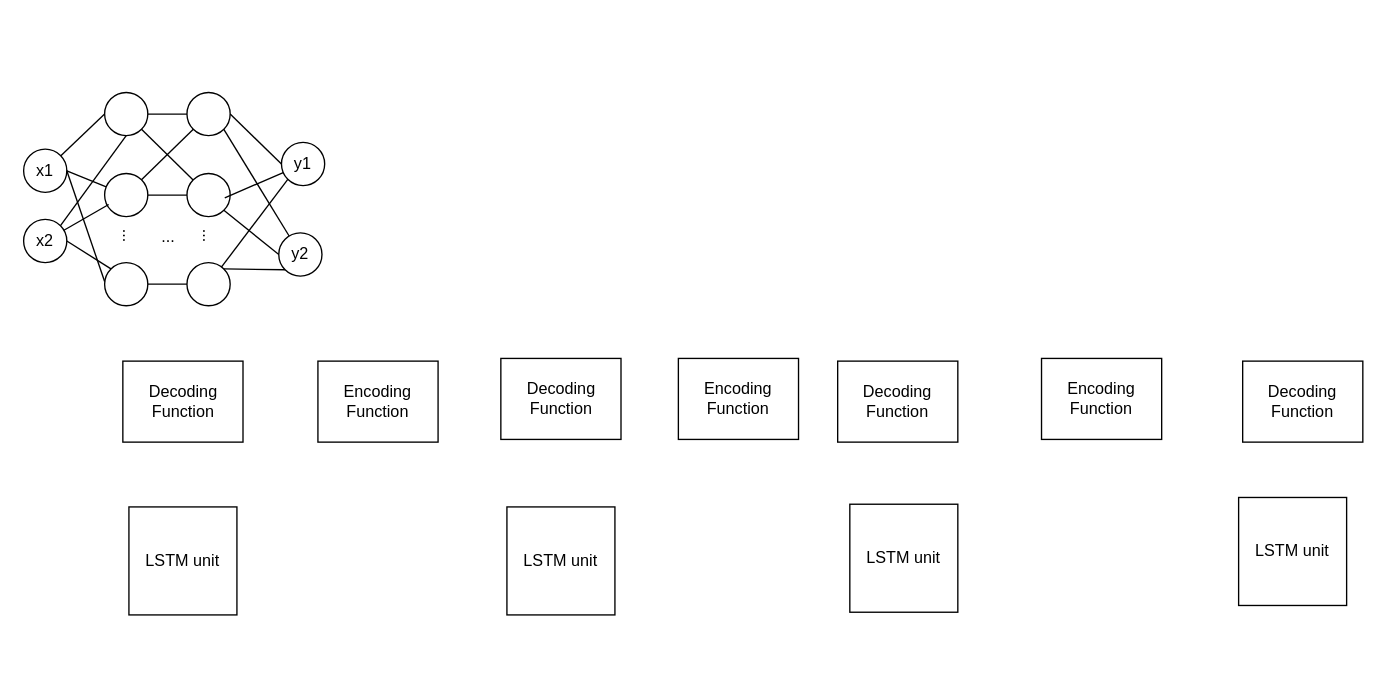
Before: 未命名绘图.drawio in lilang0710/ll, a draw.io diagram. Source tidied: cells renumbered, new cells numbered last; positions are measured from the earlier drawing's top-left corner, leaving out a move shared by most shapes. Both pictures are drawn from the tidied source at 135%, with x=0, y=0 at pixel (23, 92).
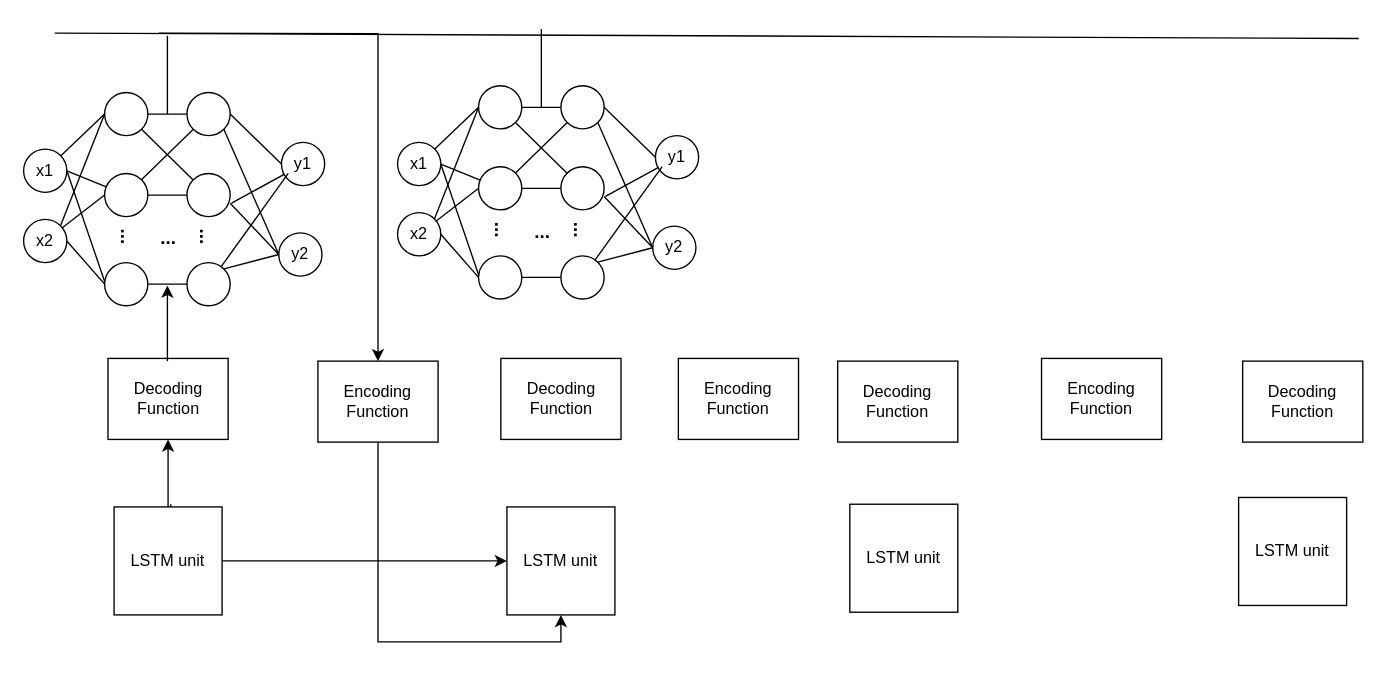
Above is the later version.

Commit message (it also covers changes not shown here):
更新未命名绘图.drawio

Unchanged cells that the change refers to:
```xml
<mxCell id="3" value="LSTM unit" style="whiteSpace=wrap;html=1;" parent="1" vertex="1">
  <mxGeometry x="358" y="307" width="80" height="80" as="geometry" />
</mxCell>
<mxCell id="10" value="Encoding Function" style="rounded=0;whiteSpace=wrap;html=1;" parent="1" vertex="1">
  <mxGeometry x="218" y="199" width="89" height="60" as="geometry" />
</mxCell>
<mxCell id="14" value="x2" style="ellipse;whiteSpace=wrap;html=1;" parent="1" vertex="1">
  <mxGeometry y="94" width="32" height="32" as="geometry" />
</mxCell>
<mxCell id="16" style="ellipse;whiteSpace=wrap;html=1;" parent="1" vertex="1">
  <mxGeometry x="60" width="32" height="32" as="geometry" />
</mxCell>
<mxCell id="17" style="ellipse;whiteSpace=wrap;html=1;" parent="1" vertex="1">
  <mxGeometry x="60" y="60" width="32" height="32" as="geometry" />
</mxCell>
<mxCell id="18" style="ellipse;whiteSpace=wrap;html=1;" parent="1" vertex="1">
  <mxGeometry x="60" y="126" width="32" height="32" as="geometry" />
</mxCell>
<mxCell id="19" style="ellipse;whiteSpace=wrap;html=1;" parent="1" vertex="1">
  <mxGeometry x="121" width="32" height="32" as="geometry" />
</mxCell>
<mxCell id="20" style="ellipse;whiteSpace=wrap;html=1;" parent="1" vertex="1">
  <mxGeometry x="121" y="60" width="32" height="32" as="geometry" />
</mxCell>
<mxCell id="21" style="ellipse;whiteSpace=wrap;html=1;" parent="1" vertex="1">
  <mxGeometry x="121" y="126" width="32" height="32" as="geometry" />
</mxCell>
<mxCell id="22" value="y1" style="ellipse;whiteSpace=wrap;html=1;" parent="1" vertex="1">
  <mxGeometry x="191" y="37" width="32" height="32" as="geometry" />
</mxCell>
<mxCell id="23" value="y2" style="ellipse;whiteSpace=wrap;html=1;" parent="1" vertex="1">
  <mxGeometry x="189" y="104" width="32" height="32" as="geometry" />
</mxCell>
```

Change to the diagram source:
```diff
@@
-    <mxCell id="2" value="LSTM unit" style="whiteSpace=wrap;html=1;" parent="1" vertex="1">
-      <mxGeometry x="78" y="307" width="80" height="80" as="geometry" />
-    </mxCell>
@@
     <mxCell id="6" value="Decoding Function" style="rounded=0;whiteSpace=wrap;html=1;" parent="1" vertex="1">
-      <mxGeometry x="73.5" y="199" width="89" height="60" as="geometry" />
+      <mxGeometry x="62.5" y="197" width="89" height="60" as="geometry" />
     </mxCell>
@@
+    <mxCell id="43" style="edgeStyle=orthogonalEdgeStyle;rounded=0;jettySize=auto;html=1;exitX=0.5;exitY=1;exitDx=0;exitDy=0;entryX=0.5;entryY=1;entryDx=0;entryDy=0;endArrow=classic;endFill=1;" parent="1" edge="1" source="10" target="3">
+      <mxGeometry relative="1" as="geometry" />
+    </mxCell>
@@
-    <mxCell id="26" style="rounded=0;jettySize=auto;html=1;exitX=0.5;exitY=1;exitDx=0;exitDy=0;endArrow=none;endFill=0;entryX=1;entryY=0;entryDx=0;entryDy=0;" parent="1" edge="1" source="16" target="14">
+    <mxCell id="26" style="rounded=0;jettySize=auto;html=1;exitX=0;exitY=0.5;exitDx=0;exitDy=0;endArrow=none;endFill=0;entryX=1;entryY=0;entryDx=0;entryDy=0;" parent="1" edge="1" source="16" target="14">
       <mxGeometry relative="1" as="geometry" />
     </mxCell>
-    <mxCell id="27" style="rounded=0;jettySize=auto;html=1;endArrow=none;endFill=0;" parent="1" edge="1" target="14">
-      <mxGeometry relative="1" as="geometry">
-        <mxPoint x="63" y="83" as="sourcePoint" />
-      </mxGeometry>
+    <mxCell id="27" style="rounded=0;jettySize=auto;html=1;endArrow=none;endFill=0;exitX=0;exitY=0.5;exitDx=0;exitDy=0;" parent="1" edge="1" source="17" target="14">
+      <mxGeometry relative="1" as="geometry" />
     </mxCell>
-    <mxCell id="28" style="rounded=0;jettySize=auto;html=1;exitX=0;exitY=0;exitDx=0;exitDy=0;endArrow=none;endFill=0;entryX=1;entryY=0.5;entryDx=0;entryDy=0;" parent="1" edge="1" source="18" target="14">
+    <mxCell id="28" style="rounded=0;jettySize=auto;html=1;exitX=0;exitY=0.5;exitDx=0;exitDy=0;endArrow=none;endFill=0;entryX=1;entryY=0.5;entryDx=0;entryDy=0;" parent="1" edge="1" source="18" target="14">
       <mxGeometry relative="1" as="geometry" />
     </mxCell>
@@
     <mxCell id="34" style="rounded=0;jettySize=auto;html=1;endArrow=none;endFill=0;" parent="1" edge="1" target="22">
       <mxGeometry relative="1" as="geometry">
-        <mxPoint x="149" y="78" as="sourcePoint" />
+        <mxPoint x="154" y="82" as="sourcePoint" />
       </mxGeometry>
     </mxCell>
@@
-    <mxCell id="36" style="rounded=0;jettySize=auto;html=1;exitX=0;exitY=1;exitDx=0;exitDy=0;endArrow=none;endFill=0;" parent="1" edge="1" source="22" target="21">
-      <mxGeometry relative="1" as="geometry" />
+    <mxCell id="36" style="rounded=0;jettySize=auto;html=1;endArrow=none;endFill=0;" parent="1" edge="1" target="21">
+      <mxGeometry relative="1" as="geometry">
+        <mxPoint x="196" y="60" as="sourcePoint" />
+      </mxGeometry>
     </mxCell>
-    <mxCell id="37" style="rounded=0;jettySize=auto;html=1;endArrow=none;endFill=0;entryX=1;entryY=1;entryDx=0;entryDy=0;" parent="1" edge="1" source="23" target="19">
+    <mxCell id="37" style="rounded=0;jettySize=auto;html=1;endArrow=none;endFill=0;entryX=1;entryY=1;entryDx=0;entryDy=0;exitX=0;exitY=0.5;exitDx=0;exitDy=0;" parent="1" edge="1" source="23" target="19">
       <mxGeometry relative="1" as="geometry" />
     </mxCell>
-    <mxCell id="38" style="rounded=0;jettySize=auto;html=1;exitX=0;exitY=0.5;exitDx=0;exitDy=0;endArrow=none;endFill=0;entryX=1;entryY=1;entryDx=0;entryDy=0;" parent="1" edge="1" source="23" target="20">
+    <mxCell id="38" style="rounded=0;jettySize=auto;html=1;exitX=0;exitY=0.5;exitDx=0;exitDy=0;endArrow=none;endFill=0;entryX=1;entryY=0.688;entryDx=0;entryDy=0;entryPerimeter=0;" parent="1" edge="1" source="23" target="20">
       <mxGeometry relative="1" as="geometry" />
     </mxCell>
-    <mxCell id="39" style="rounded=0;jettySize=auto;html=1;exitX=0;exitY=1;exitDx=0;exitDy=0;endArrow=none;endFill=0;entryX=1;entryY=0;entryDx=0;entryDy=0;" parent="1" edge="1" source="23" target="21">
+    <mxCell id="39" style="rounded=0;jettySize=auto;html=1;exitX=0;exitY=0.5;exitDx=0;exitDy=0;endArrow=none;endFill=0;entryX=1;entryY=0;entryDx=0;entryDy=0;" parent="1" edge="1" source="23" target="21">
       <mxGeometry relative="1" as="geometry" />
     </mxCell>
-    <mxCell id="40" value="..." style="text;html=1;align=center;verticalAlign=middle;strokeColor=none;fillColor=none;rotation=90;" parent="1" vertex="1">
-      <mxGeometry x="64" y="93" width="28" height="26" as="geometry" />
+    <mxCell id="40" value="&lt;b&gt;&lt;font style=&quot;font-size: 14px;&quot;&gt;...&lt;/font&gt;&lt;/b&gt;" style="text;html=1;align=center;verticalAlign=middle;strokeColor=none;fillColor=none;rotation=90;" parent="1" vertex="1">
+      <mxGeometry x="63" y="92" width="30" height="29" as="geometry" />
     </mxCell>
-    <mxCell id="41" value="..." style="text;html=1;align=center;verticalAlign=middle;strokeColor=none;fillColor=none;rotation=90;" parent="1" vertex="1">
-      <mxGeometry x="123" y="93" width="28" height="26" as="geometry" />
+    <mxCell id="41" value="&lt;font size=&quot;1&quot;&gt;&lt;b style=&quot;font-size: 14px;&quot;&gt;...&lt;/b&gt;&lt;/font&gt;" style="text;html=1;align=center;verticalAlign=middle;strokeColor=none;fillColor=none;rotation=90;" parent="1" vertex="1">
+      <mxGeometry x="122" y="92" width="30" height="29" as="geometry" />
     </mxCell>
-    <mxCell id="42" value="..." style="text;html=1;align=center;verticalAlign=middle;strokeColor=none;fillColor=none;" parent="1" vertex="1">
-      <mxGeometry x="93" y="94" width="28" height="26" as="geometry" />
+    <mxCell id="42" value="&lt;font size=&quot;1&quot;&gt;&lt;b style=&quot;font-size: 14px;&quot;&gt;...&lt;/b&gt;&lt;/font&gt;" style="text;html=1;align=center;verticalAlign=middle;strokeColor=none;fillColor=none;" parent="1" vertex="1">
+      <mxGeometry x="92" y="93" width="30" height="29" as="geometry" />
     </mxCell>
+    <mxCell id="44" style="rounded=0;orthogonalLoop=1;jettySize=auto;html=1;exitX=0.421;exitY=-0.017;exitDx=0;exitDy=0;endArrow=classic;endFill=1;exitPerimeter=0;" parent="1" edge="1">
+      <mxGeometry relative="1" as="geometry">
+        <mxPoint x="106.5" y="199" as="sourcePoint" />
+        <mxPoint x="106.5" y="143" as="targetPoint" />
+      </mxGeometry>
+    </mxCell>
+    <mxCell id="45" style="rounded=0;jettySize=auto;html=1;endArrow=classic;endFill=1;edgeStyle=orthogonalEdgeStyle;entryX=0.5;entryY=0;entryDx=0;entryDy=0;" parent="1" edge="1" target="10">
+      <mxGeometry relative="1" as="geometry">
+        <mxPoint x="100" y="-44" as="sourcePoint" />
+      </mxGeometry>
+    </mxCell>
+    <mxCell id="46" style="rounded=0;orthogonalLoop=1;jettySize=auto;html=1;endArrow=none;endFill=0;" parent="1" edge="1">
+      <mxGeometry relative="1" as="geometry">
+        <mxPoint x="106.5" y="16" as="sourcePoint" />
+        <mxPoint x="106.5" y="-42" as="targetPoint" />
+      </mxGeometry>
+    </mxCell>
+    <mxCell id="47" style="rounded=0;jettySize=auto;html=1;endArrow=classic;endFill=1;entryX=0.5;entryY=1;entryDx=0;entryDy=0;" parent="1" edge="1" source="2" target="6">
+      <mxGeometry relative="1" as="geometry" />
+    </mxCell>
+    <mxCell id="48" style="rounded=0;jettySize=auto;html=1;endArrow=none;endFill=0;exitX=0;exitY=0.5;exitDx=0;exitDy=0;entryX=1;entryY=0.5;entryDx=0;entryDy=0;startArrow=classic;startFill=1;" parent="1" edge="1" source="3" target="2">
+      <mxGeometry relative="1" as="geometry" />
+    </mxCell>
+    <mxCell id="49" style="rounded=0;orthogonalLoop=1;jettySize=auto;html=1;endArrow=none;endFill=0;" parent="1" edge="1">
+      <mxGeometry relative="1" as="geometry">
+        <mxPoint x="989" y="-40" as="sourcePoint" />
+        <mxPoint x="23" y="-44" as="targetPoint" />
+      </mxGeometry>
+    </mxCell>
+    <mxCell id="50" style="rounded=0;jettySize=auto;html=1;endArrow=none;endFill=0;entryX=0.5;entryY=1;entryDx=0;entryDy=0;" parent="1" edge="1" target="2">
+      <mxGeometry relative="1" as="geometry">
+        <mxPoint x="109" y="305" as="sourcePoint" />
+      </mxGeometry>
+    </mxCell>
+    <mxCell id="2" value="LSTM unit" style="whiteSpace=wrap;html=1;" parent="1" vertex="1">
+      <mxGeometry x="67" y="307" width="80" height="80" as="geometry" />
+    </mxCell>
+    <mxCell id="51" value="x1" style="ellipse;whiteSpace=wrap;html=1;" parent="1" vertex="1">
+      <mxGeometry x="277" y="37" width="32" height="32" as="geometry" />
+    </mxCell>
+    <mxCell id="52" value="x2" style="ellipse;whiteSpace=wrap;html=1;" parent="1" vertex="1">
+      <mxGeometry x="277" y="89" width="32" height="32" as="geometry" />
+    </mxCell>
+    <mxCell id="53" style="rounded=0;jettySize=auto;html=1;exitX=0;exitY=0.5;exitDx=0;exitDy=0;endArrow=none;endFill=0;" parent="1" edge="1" source="54" target="51">
+      <mxGeometry relative="1" as="geometry" />
+    </mxCell>
+    <mxCell id="54" style="ellipse;whiteSpace=wrap;html=1;" parent="1" vertex="1">
+      <mxGeometry x="337" y="-5" width="32" height="32" as="geometry" />
+    </mxCell>
+    <mxCell id="55" style="ellipse;whiteSpace=wrap;html=1;" parent="1" vertex="1">
+      <mxGeometry x="337" y="55" width="32" height="32" as="geometry" />
+    </mxCell>
+    <mxCell id="56" style="ellipse;whiteSpace=wrap;html=1;" parent="1" vertex="1">
+      <mxGeometry x="337" y="121" width="32" height="32" as="geometry" />
+    </mxCell>
+    <mxCell id="57" style="ellipse;whiteSpace=wrap;html=1;" parent="1" vertex="1">
+      <mxGeometry x="398" y="-5" width="32" height="32" as="geometry" />
+    </mxCell>
+    <mxCell id="58" style="ellipse;whiteSpace=wrap;html=1;" parent="1" vertex="1">
+      <mxGeometry x="398" y="55" width="32" height="32" as="geometry" />
+    </mxCell>
+    <mxCell id="59" style="ellipse;whiteSpace=wrap;html=1;" parent="1" vertex="1">
+      <mxGeometry x="398" y="121" width="32" height="32" as="geometry" />
+    </mxCell>
+    <mxCell id="60" value="y1" style="ellipse;whiteSpace=wrap;html=1;" parent="1" vertex="1">
+      <mxGeometry x="468" y="32" width="32" height="32" as="geometry" />
+    </mxCell>
+    <mxCell id="61" value="y2" style="ellipse;whiteSpace=wrap;html=1;" parent="1" vertex="1">
+      <mxGeometry x="466" y="99" width="32" height="32" as="geometry" />
+    </mxCell>
+    <mxCell id="62" style="rounded=0;jettySize=auto;html=1;endArrow=none;endFill=0;entryX=1;entryY=0.5;entryDx=0;entryDy=0;" parent="1" edge="1" source="55" target="51">
+      <mxGeometry relative="1" as="geometry" />
+    </mxCell>
+    <mxCell id="63" style="rounded=0;jettySize=auto;html=1;exitX=0;exitY=0.438;exitDx=0;exitDy=0;endArrow=none;endFill=0;entryX=1;entryY=0.5;entryDx=0;entryDy=0;exitPerimeter=0;" parent="1" edge="1" source="56" target="51">
+      <mxGeometry relative="1" as="geometry" />
+    </mxCell>
+    <mxCell id="64" style="rounded=0;jettySize=auto;html=1;exitX=0;exitY=0.5;exitDx=0;exitDy=0;endArrow=none;endFill=0;entryX=1;entryY=0;entryDx=0;entryDy=0;" parent="1" edge="1" source="54" target="52">
+      <mxGeometry relative="1" as="geometry" />
+    </mxCell>
+    <mxCell id="65" style="rounded=0;jettySize=auto;html=1;endArrow=none;endFill=0;exitX=0;exitY=0.5;exitDx=0;exitDy=0;" parent="1" edge="1" source="55" target="52">
+      <mxGeometry relative="1" as="geometry" />
+    </mxCell>
+    <mxCell id="66" style="rounded=0;jettySize=auto;html=1;exitX=0;exitY=0.5;exitDx=0;exitDy=0;endArrow=none;endFill=0;entryX=1;entryY=0.5;entryDx=0;entryDy=0;" parent="1" edge="1" source="56" target="52">
+      <mxGeometry relative="1" as="geometry" />
+    </mxCell>
+    <mxCell id="67" style="rounded=0;jettySize=auto;html=1;endArrow=none;endFill=0;" parent="1" edge="1" source="54" target="57">
+      <mxGeometry relative="1" as="geometry" />
+    </mxCell>
+    <mxCell id="68" style="rounded=0;jettySize=auto;html=1;exitX=1;exitY=1;exitDx=0;exitDy=0;endArrow=none;endFill=0;" parent="1" edge="1" source="54" target="58">
+      <mxGeometry relative="1" as="geometry" />
+    </mxCell>
+    <mxCell id="69" style="rounded=0;jettySize=auto;html=1;exitX=0;exitY=1;exitDx=0;exitDy=0;endArrow=none;endFill=0;entryX=1;entryY=0;entryDx=0;entryDy=0;" parent="1" edge="1" source="57" target="55">
+      <mxGeometry relative="1" as="geometry" />
+    </mxCell>
+    <mxCell id="70" style="rounded=0;jettySize=auto;html=1;endArrow=none;endFill=0;" parent="1" edge="1" source="58" target="55">
+      <mxGeometry relative="1" as="geometry" />
+    </mxCell>
+    <mxCell id="71" style="rounded=0;jettySize=auto;html=1;exitX=0;exitY=0.5;exitDx=0;exitDy=0;endArrow=none;endFill=0;entryX=1;entryY=0.5;entryDx=0;entryDy=0;" parent="1" edge="1" source="59" target="56">
+      <mxGeometry relative="1" as="geometry" />
+    </mxCell>
+    <mxCell id="72" style="rounded=0;jettySize=auto;html=1;endArrow=none;endFill=0;" parent="1" edge="1" target="60">
+      <mxGeometry relative="1" as="geometry">
+        <mxPoint x="431" y="77" as="sourcePoint" />
+      </mxGeometry>
+    </mxCell>
+    <mxCell id="73" style="rounded=0;jettySize=auto;html=1;exitX=1;exitY=0.5;exitDx=0;exitDy=0;endArrow=none;endFill=0;entryX=0;entryY=0.5;entryDx=0;entryDy=0;" parent="1" edge="1" source="57" target="60">
+      <mxGeometry relative="1" as="geometry" />
+    </mxCell>
+    <mxCell id="74" style="rounded=0;jettySize=auto;html=1;endArrow=none;endFill=0;" parent="1" edge="1" target="59">
+      <mxGeometry relative="1" as="geometry">
+        <mxPoint x="473" y="55" as="sourcePoint" />
+      </mxGeometry>
+    </mxCell>
+    <mxCell id="75" style="rounded=0;jettySize=auto;html=1;endArrow=none;endFill=0;entryX=1;entryY=1;entryDx=0;entryDy=0;exitX=0;exitY=0.5;exitDx=0;exitDy=0;" parent="1" edge="1" source="61" target="57">
+      <mxGeometry relative="1" as="geometry" />
+    </mxCell>
+    <mxCell id="76" style="rounded=0;jettySize=auto;html=1;exitX=0;exitY=0.5;exitDx=0;exitDy=0;endArrow=none;endFill=0;entryX=1;entryY=0.688;entryDx=0;entryDy=0;entryPerimeter=0;" parent="1" edge="1" source="61" target="58">
+      <mxGeometry relative="1" as="geometry" />
+    </mxCell>
+    <mxCell id="77" style="rounded=0;jettySize=auto;html=1;exitX=0;exitY=0.5;exitDx=0;exitDy=0;endArrow=none;endFill=0;entryX=1;entryY=0;entryDx=0;entryDy=0;" parent="1" edge="1" source="61" target="59">
+      <mxGeometry relative="1" as="geometry" />
+    </mxCell>
+    <mxCell id="78" value="&lt;b&gt;&lt;font style=&quot;font-size: 14px;&quot;&gt;...&lt;/font&gt;&lt;/b&gt;" style="text;html=1;align=center;verticalAlign=middle;strokeColor=none;fillColor=none;rotation=90;" parent="1" vertex="1">
+      <mxGeometry x="340" y="87" width="30" height="29" as="geometry" />
+    </mxCell>
+    <mxCell id="79" value="&lt;font size=&quot;1&quot;&gt;&lt;b style=&quot;font-size: 14px;&quot;&gt;...&lt;/b&gt;&lt;/font&gt;" style="text;html=1;align=center;verticalAlign=middle;strokeColor=none;fillColor=none;rotation=90;" parent="1" vertex="1">
+      <mxGeometry x="399" y="87" width="30" height="29" as="geometry" />
+    </mxCell>
+    <mxCell id="80" value="&lt;font size=&quot;1&quot;&gt;&lt;b style=&quot;font-size: 14px;&quot;&gt;...&lt;/b&gt;&lt;/font&gt;" style="text;html=1;align=center;verticalAlign=middle;strokeColor=none;fillColor=none;" parent="1" vertex="1">
+      <mxGeometry x="369" y="88" width="30" height="29" as="geometry" />
+    </mxCell>
+    <mxCell id="81" style="rounded=0;orthogonalLoop=1;jettySize=auto;html=1;endArrow=none;endFill=0;" parent="1" edge="1">
+      <mxGeometry relative="1" as="geometry">
+        <mxPoint x="383.5" y="11" as="sourcePoint" />
+        <mxPoint x="383.5" y="-47" as="targetPoint" />
+      </mxGeometry>
+    </mxCell>
```
